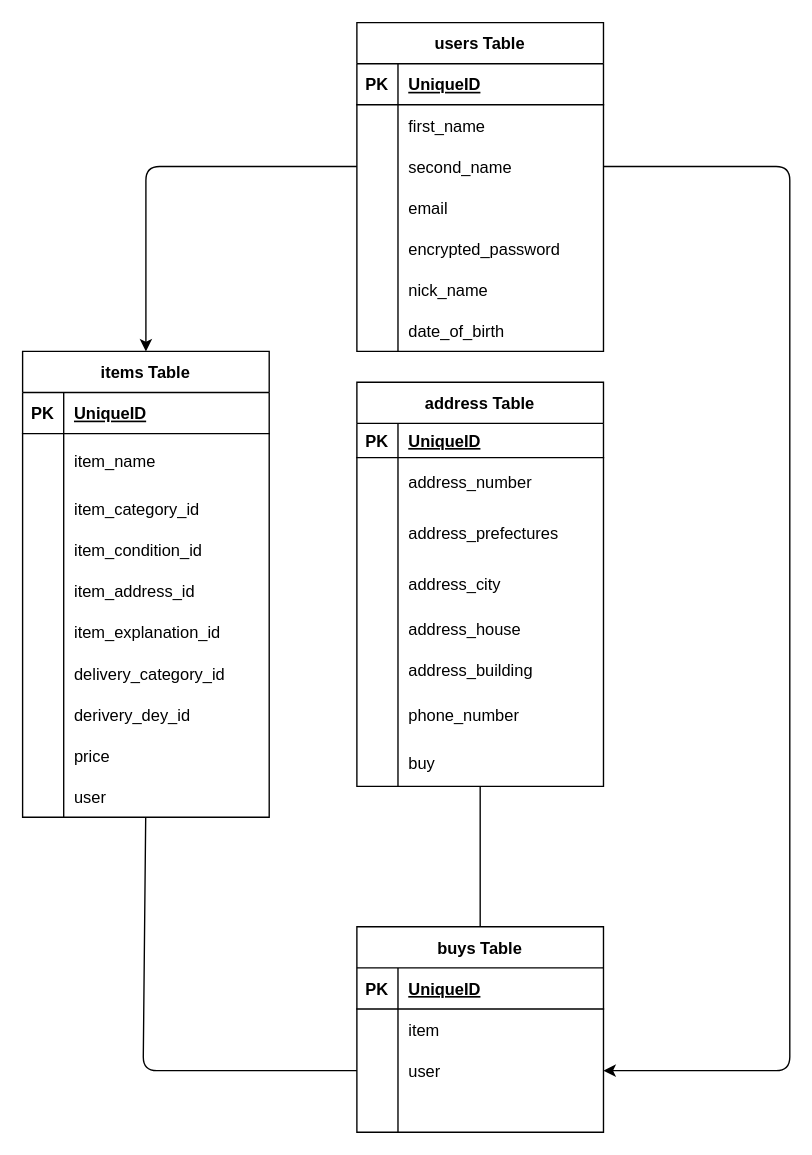
This is furima.dio from gotoshingo/furima-38095, a draw.io file, before an edit. Source tidied: cells renumbered, new cells numbered last; positions are measured from the earlier drawing's top-left corner, leaving out a move shared by most shapes. Both pictures are drawn from the tidied source at 137%, with x=0, y=0 at pixel (22, 22).
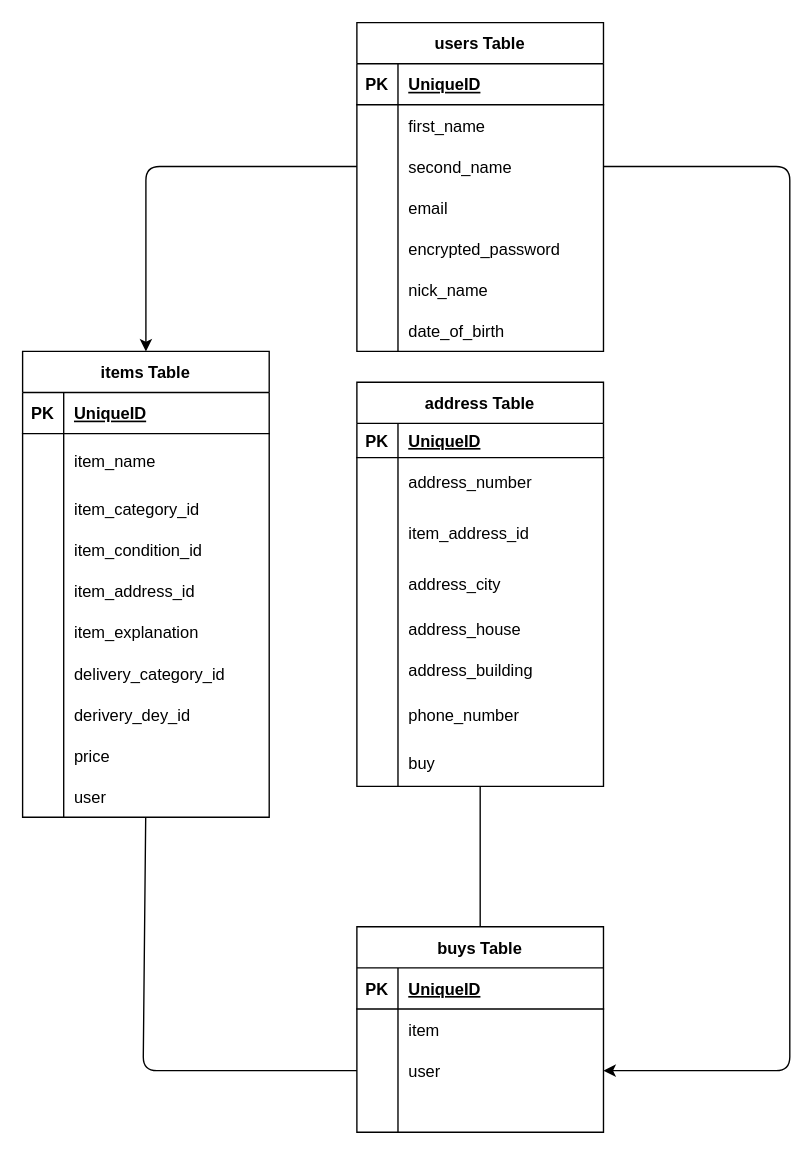
The same page after the edit.

Unchanged cells that the change refers to:
```xml
<mxCell id="54" style="shape=partialRectangle;fillColor=none;top=0;left=0;bottom=0;right=0;" parent="38" vertex="1">
  <mxGeometry y="190" width="180" height="30" as="geometry" />
</mxCell>
<mxCell id="76" style="shape=partialRectangle;fillColor=none;top=0;left=0;bottom=0;right=0;" parent="69" vertex="1">
  <mxGeometry y="90" width="180" height="40" as="geometry" />
</mxCell>
```

Change to the diagram source:
```diff
@@
-    <mxCell id="56" value="item_explanation_id" style="shape=partialRectangle;fillColor=none;top=0;left=0;bottom=0;right=0;align=left;spacingLeft=6;overflow=hidden;" parent="54" vertex="1">
+    <mxCell id="56" value="item_explanation" style="shape=partialRectangle;fillColor=none;top=0;left=0;bottom=0;right=0;align=left;spacingLeft=6;overflow=hidden;" parent="54" vertex="1">
       <mxGeometry x="30" width="150" height="30" as="geometry" />
     </mxCell>
@@
-    <mxCell id="78" value="address_prefectures" style="shape=partialRectangle;fillColor=none;top=0;left=0;bottom=0;right=0;align=left;spacingLeft=6;overflow=hidden;" parent="76" vertex="1">
+    <mxCell id="78" value="item_address_id" style="shape=partialRectangle;fillColor=none;top=0;left=0;bottom=0;right=0;align=left;spacingLeft=6;overflow=hidden;" parent="76" vertex="1">
       <mxGeometry x="30" width="150" height="40" as="geometry" />
     </mxCell>
```
